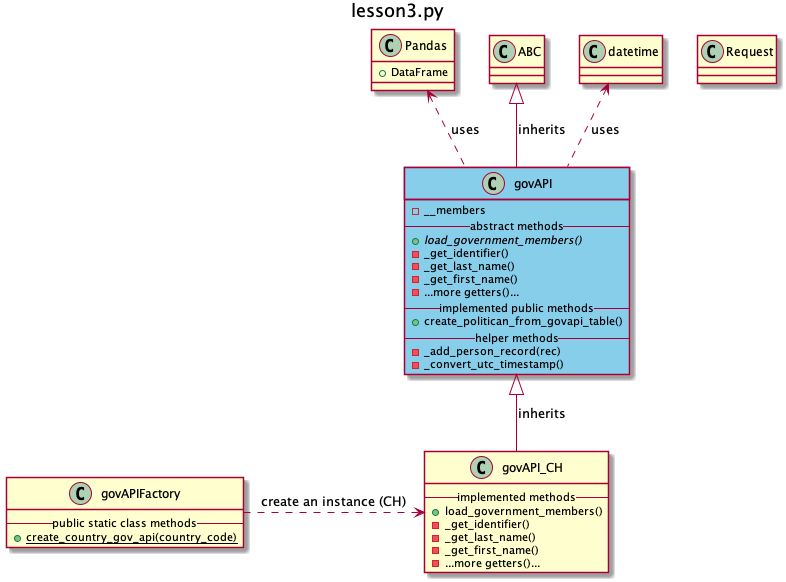
This is model/out/lesson3-class-simplified.png from talfco/clb-sentiment, a PlantUML export, as it was before one commit.
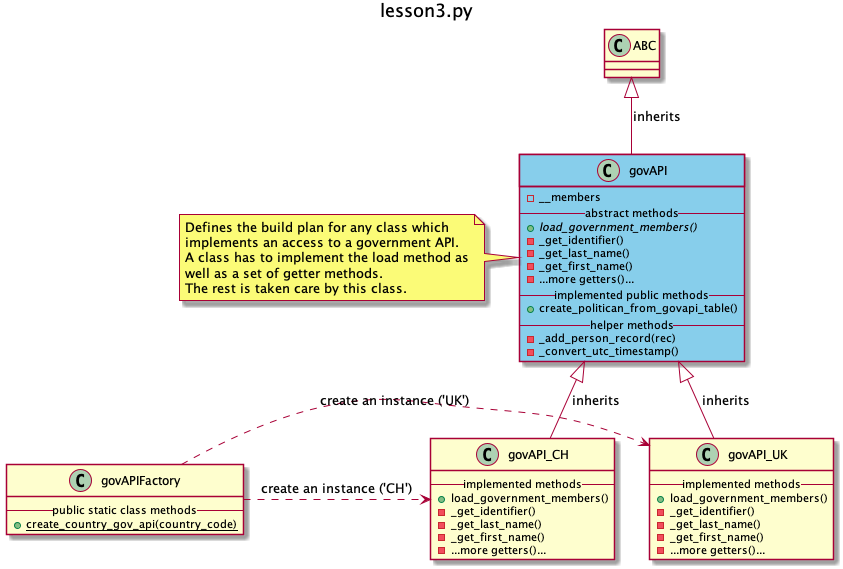
After the change.

Commit message:
Tutorial 3 (uml diagrams)

Diff of the diagram source:
```diff
@@ -1,25 +1,9 @@
 @startuml
-
-
 title lesson3.py
-
-
-class Pandas {
-  + DataFrame
-}
-
 
 
 class ABC {
 }
-
-class datetime {
-}
-
-class Request {
-}
-
-
 
 class govAPI #SkyBlue {
   -__members
@@ -35,10 +19,16 @@
   - _add_person_record(rec)
   - _convert_utc_timestamp()
 }
+note left of govAPI
+  Defines the build plan for any class which
+  implements an access to a government API.
+  A class has to implement the load method as
+  well as a set of getter methods.
+  The rest is taken care by this class.
+end note
+
 
 ABC <|-- govAPI: inherits
-datetime <.. govAPI: uses
-Pandas <.. govAPI: uses
 
 class govAPI_CH {
       -- implemented methods --
@@ -48,14 +38,23 @@
       -_get_first_name()
       - ...more getters()...
 }
+class govAPI_UK {
+      -- implemented methods --
+      +load_government_members()
+      -_get_identifier()
+      -_get_last_name()
+      -_get_first_name()
+      - ...more getters()...
+}
 govAPI <|-- govAPI_CH: inherits
+govAPI <|-- govAPI_UK: inherits
 
 class govAPIFactory {
   -- public static class methods  --
   {static} + create_country_gov_api(country_code)
 }
-govAPIFactory .> govAPI_CH: create an instance (CH)
-
+govAPIFactory .> govAPI_CH: create an instance ('CH')
+govAPIFactory .> govAPI_UK: create an instance ('UK')
 
 
 @enduml
```
